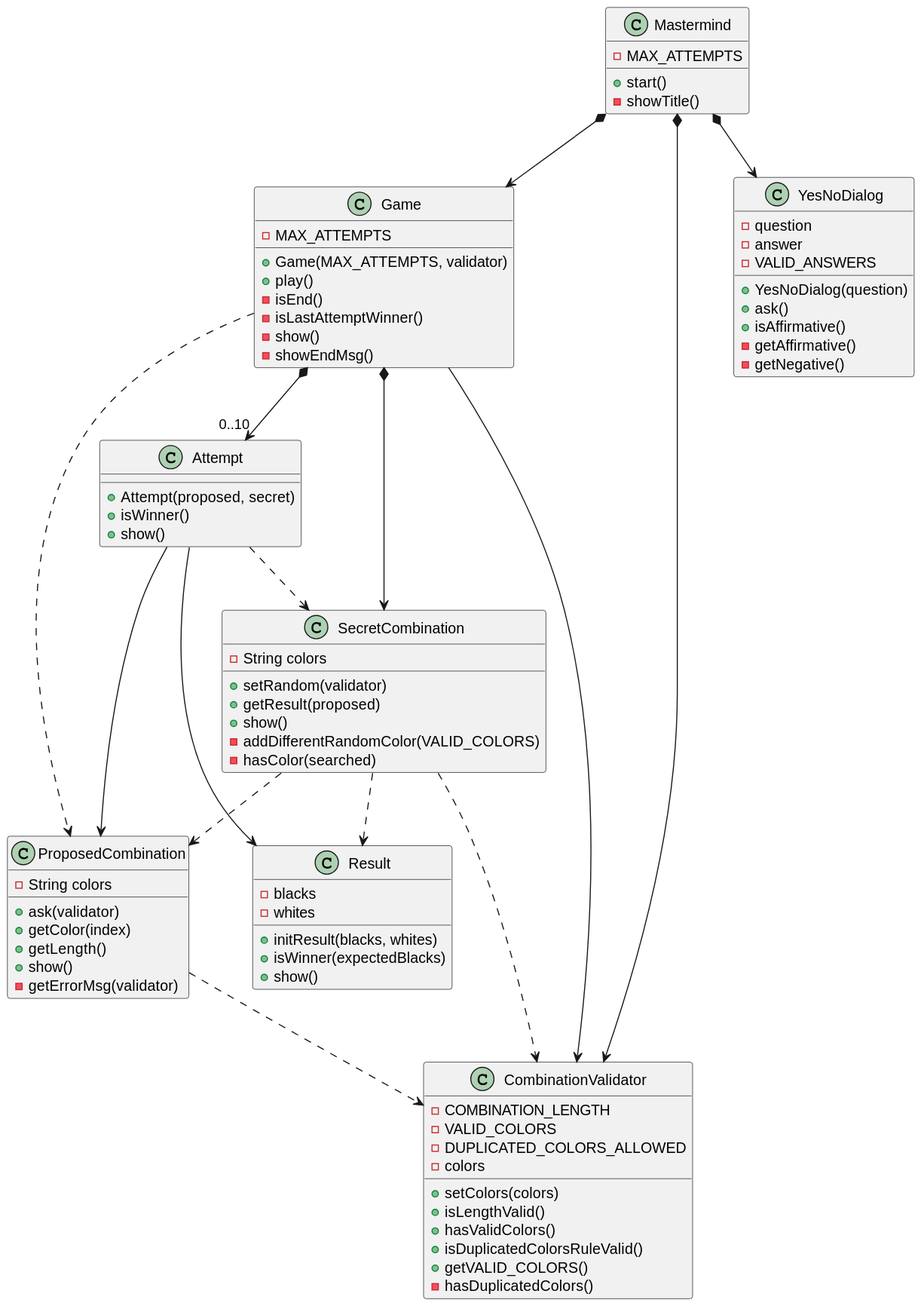
Earlier version of the PlantUML export docs/dev-resume/analysis.svg (PabloMartinFluvia/myGame-mastermind). Source of this version:
```plantuml
@startuml
class Mastermind{
    - MAX_ATTEMPTS

    + start()
    - showTitle()
}
Mastermind *--> Game
Mastermind *--> CombinationValidator
Mastermind *--> YesNoDialog

class Game{
    - MAX_ATTEMPTS

    + Game(MAX_ATTEMPTS, validator)
    + play()
    - isEnd()
    - isLastAttemptWinner()
    - show()
    - showEndMsg()
}
Game --> CombinationValidator
Game *--> SecretCombination
Game *--> "0..10" Attempt
Game .down.> ProposedCombination


class Attempt {
    + Attempt(proposed, secret)
    + isWinner()
    + show()
}
Attempt --> ProposedCombination
Attempt .down.> SecretCombination
Attempt --> Result

class ProposedCombination{
    - String colors

    + ask(validator)
    + getColor(index)
    + getLength()
    + show()
    - getErrorMsg(validator)
}
ProposedCombination .down.> CombinationValidator

class SecretCombination{
    - String colors

    + setRandom(validator)
    + getResult(proposed)
    + show()
    - addDifferentRandomColor(VALID_COLORS)
    - hasColor(searched)
}

SecretCombination .down.> ProposedCombination
SecretCombination .down.> CombinationValidator
SecretCombination .down.> Result

class Result{
    -blacks
    -whites

    + initResult(blacks, whites)
    + isWinner(expectedBlacks)
    + show()
}

class CombinationValidator {
    - COMBINATION_LENGTH
    - VALID_COLORS
    - DUPLICATED_COLORS_ALLOWED
    - colors

    + setColors(colors)
    + isLengthValid()
    + hasValidColors()
    + isDuplicatedColorsRuleValid()
    + getVALID_COLORS()
    - hasDuplicatedColors()

}

class YesNoDialog {
    - question
    - answer
    - VALID_ANSWERS

    +YesNoDialog(question)
    + ask()
    + isAffirmative()
    - getAffirmative()
    - getNegative()
}
@enduml
```
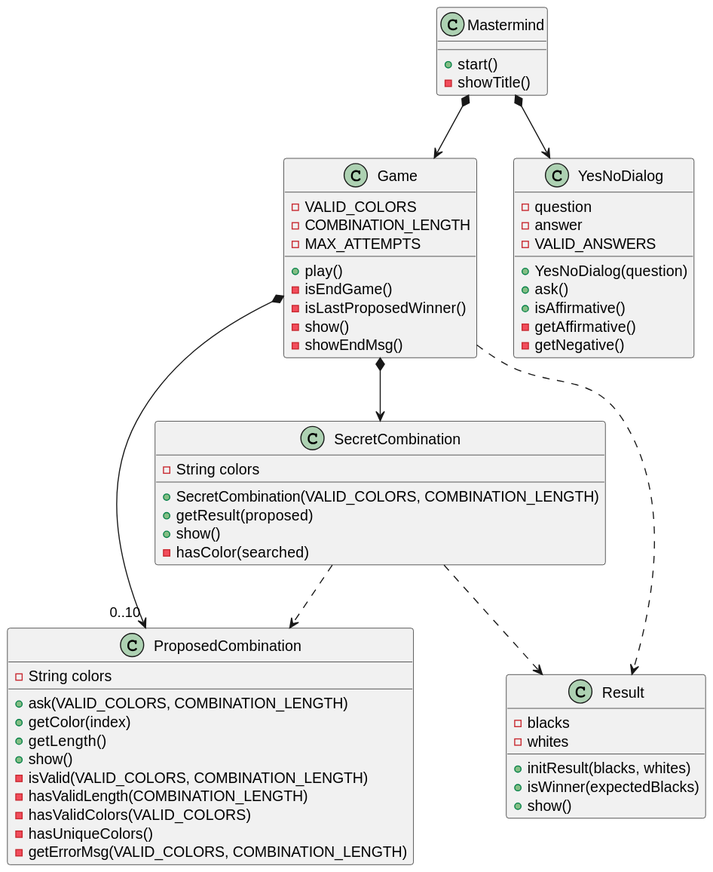
Later version of the same file.

The edit, as a diff of the source:
```diff
@@ -1,63 +1,51 @@
 @startuml
 class Mastermind{
-    - MAX_ATTEMPTS
 
     + start()
     - showTitle()
 }
 Mastermind *--> Game
-Mastermind *--> CombinationValidator
 Mastermind *--> YesNoDialog
 
 class Game{
+    - VALID_COLORS
+    - COMBINATION_LENGTH
     - MAX_ATTEMPTS
 
-    + Game(MAX_ATTEMPTS, validator)
     + play()
-    - isEnd()
-    - isLastAttemptWinner()
+    - isEndGame()
+    - isLastProposedWinner()
     - show()
     - showEndMsg()
 }
-Game --> CombinationValidator
 Game *--> SecretCombination
-Game *--> "0..10" Attempt
-Game .down.> ProposedCombination
+Game *--> "0..10" ProposedCombination
+Game ..> Result
 
+class SecretCombination{
+    - String colors
 
-class Attempt {
-    + Attempt(proposed, secret)
-    + isWinner()
+    + SecretCombination(VALID_COLORS, COMBINATION_LENGTH)
+    + getResult(proposed)
     + show()
+    - hasColor(searched)
 }
-Attempt --> ProposedCombination
-Attempt .down.> SecretCombination
-Attempt --> Result
+SecretCombination .down.> ProposedCombination
+SecretCombination .down.> Result
 
 class ProposedCombination{
     - String colors
 
-    + ask(validator)
+    + ask(VALID_COLORS, COMBINATION_LENGTH)
     + getColor(index)
     + getLength()
     + show()
-    - getErrorMsg(validator)
+    - isValid(VALID_COLORS, COMBINATION_LENGTH)
+    - hasValidLength(COMBINATION_LENGTH)
+    - hasValidColors(VALID_COLORS)
+    - hasUniqueColors()
+    - getErrorMsg(VALID_COLORS, COMBINATION_LENGTH)
 }
-ProposedCombination .down.> CombinationValidator
-
-class SecretCombination{
-    - String colors
-
-    + setRandom(validator)
-    + getResult(proposed)
-    + show()
-    - addDifferentRandomColor(VALID_COLORS)
-    - hasColor(searched)
-}
-
-SecretCombination .down.> ProposedCombination
-SecretCombination .down.> CombinationValidator
-SecretCombination .down.> Result
 
 class Result{
     -blacks
@@ -66,21 +54,6 @@
     + initResult(blacks, whites)
     + isWinner(expectedBlacks)
     + show()
-}
-
-class CombinationValidator {
-    - COMBINATION_LENGTH
-    - VALID_COLORS
-    - DUPLICATED_COLORS_ALLOWED
-    - colors
-
-    + setColors(colors)
-    + isLengthValid()
-    + hasValidColors()
-    + isDuplicatedColorsRuleValid()
-    + getVALID_COLORS()
-    - hasDuplicatedColors()
-
 }
 
 class YesNoDialog {
```
